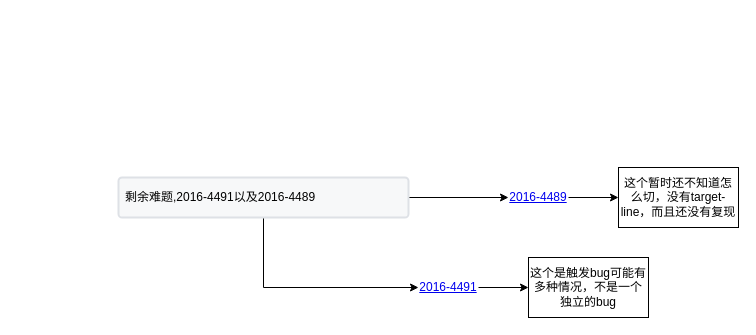
Earlier version of the draw.io diagram js/cvetest.drawio (bloodycoder/bloodycoder.github.io). Source tidied: cells renumbered, new cells numbered last; positions are measured from the earlier drawing's top-left corner, leaving out a move shared by most shapes. Both pictures are drawn from the tidied source at 100%, with x=0, y=0 at pixel (118, 167).
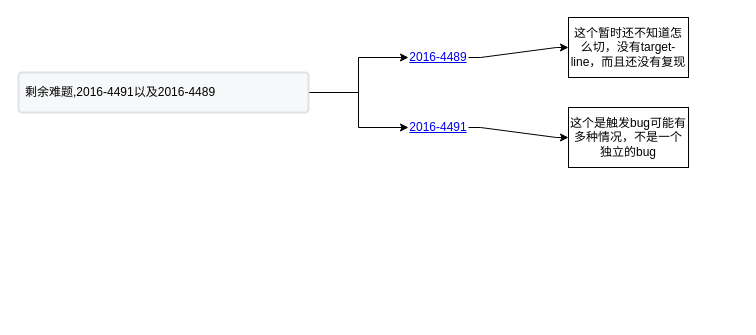
After the change.

Change to the diagram source:
```diff
@@
 <mxGraphModel>
   <root>
     <mxCell id="0" />
     <mxCell id="1" parent="0" />
-    <mxCell id="2" style="edgeStyle=orthogonalEdgeStyle;rounded=0;jettySize=auto;html=1;exitX=1;exitY=0.5;exitDx=0;exitDy=0;entryX=0;entryY=0.5;entryDx=0;entryDy=0;" parent="1" edge="1" source="4" target="6">
+    <mxCell id="2" style="edgeStyle=orthogonalEdgeStyle;rounded=0;jettySize=auto;html=1;exitX=1;exitY=0.5;exitDx=0;exitDy=0;" parent="1" edge="1" source="4" target="6">
       <mxGeometry relative="1" as="geometry" />
     </mxCell>
-    <mxCell id="3" style="edgeStyle=orthogonalEdgeStyle;rounded=0;jettySize=auto;html=1;exitX=0.5;exitY=1;exitDx=0;exitDy=0;entryX=0;entryY=0.5;entryDx=0;entryDy=0;" parent="1" edge="1" source="4" target="9">
+    <mxCell id="3" style="edgeStyle=orthogonalEdgeStyle;rounded=0;jettySize=auto;html=1;exitX=1;exitY=0.5;exitDx=0;exitDy=0;entryX=0;entryY=0.5;entryDx=0;entryDy=0;" parent="1" edge="1" source="4" target="9">
       <mxGeometry relative="1" as="geometry" />
     </mxCell>
     <mxCell id="4" value="剩余难题,2016-4491以及2016-4489" style="rounded=1;arcSize=9;fillColor=#F7F8F9;align=left;spacingLeft=5;strokeColor=#DEE1E6;html=1;strokeWidth=2;fontSize=12;" parent="1" vertex="1">
-      <mxGeometry y="10" width="290" height="40" as="geometry" />
+      <mxGeometry x="-100" y="-95" width="290" height="40" as="geometry" />
     </mxCell>
-    <mxCell id="5" style="edgeStyle=orthogonalEdgeStyle;rounded=0;jettySize=auto;html=1;" parent="1" edge="1" source="6" target="7">
-      <mxGeometry relative="1" as="geometry" />
+    <mxCell id="5" style="edgeStyle=orthogonalEdgeStyle;rounded=0;jettySize=auto;html=1;noEdgeStyle=1;orthogonal=1;" parent="1" edge="1" source="6" target="7">
+      <mxGeometry relative="1" as="geometry">
+        <Array as="points">
+          <mxPoint x="362" y="-110" />
+          <mxPoint x="438" y="-120" />
+        </Array>
+      </mxGeometry>
     </mxCell>
     <mxCell id="6" value="2016-4489" style="text;html=1;strokeColor=none;fillColor=none;whiteSpace=wrap;align=center;verticalAlign=middle;fontColor=#0000EE;fontStyle=4;" parent="1" vertex="1">
-      <mxGeometry x="390" y="10" width="60" height="40" as="geometry" />
+      <mxGeometry x="290" y="-130" width="60" height="40" as="geometry" />
     </mxCell>
     <mxCell id="7" value="这个暂时还不知道怎么切，没有target-line，而且还没有复现" style="whiteSpace=wrap;html=1;" parent="1" vertex="1">
-      <mxGeometry x="500" width="120" height="60" as="geometry" />
+      <mxGeometry x="450" y="-150" width="120" height="60" as="geometry" />
     </mxCell>
-    <mxCell id="8" style="edgeStyle=orthogonalEdgeStyle;rounded=0;jettySize=auto;html=1;" parent="1" edge="1" source="9" target="10">
-      <mxGeometry relative="1" as="geometry" />
+    <mxCell id="8" style="edgeStyle=orthogonalEdgeStyle;rounded=0;jettySize=auto;html=1;noEdgeStyle=1;orthogonal=1;" parent="1" edge="1" source="9" target="10">
+      <mxGeometry relative="1" as="geometry">
+        <Array as="points">
+          <mxPoint x="362" y="-40" />
+          <mxPoint x="438" y="-30" />
+        </Array>
+      </mxGeometry>
     </mxCell>
     <mxCell id="9" value="2016-4491" style="text;html=1;strokeColor=none;fillColor=none;whiteSpace=wrap;align=center;verticalAlign=middle;fontColor=#0000EE;fontStyle=4;" parent="1" vertex="1">
-      <mxGeometry x="300" y="100" width="60" height="40" as="geometry" />
+      <mxGeometry x="290" y="-60" width="60" height="40" as="geometry" />
     </mxCell>
     <mxCell id="10" value="这个是触发bug可能有多种情况，不是一个独立的bug" style="whiteSpace=wrap;html=1;" parent="1" vertex="1">
-      <mxGeometry x="410" y="90" width="120" height="60" as="geometry" />
+      <mxGeometry x="450" y="-60" width="120" height="60" as="geometry" />
     </mxCell>
   </root>
 </mxGraphModel>
```
